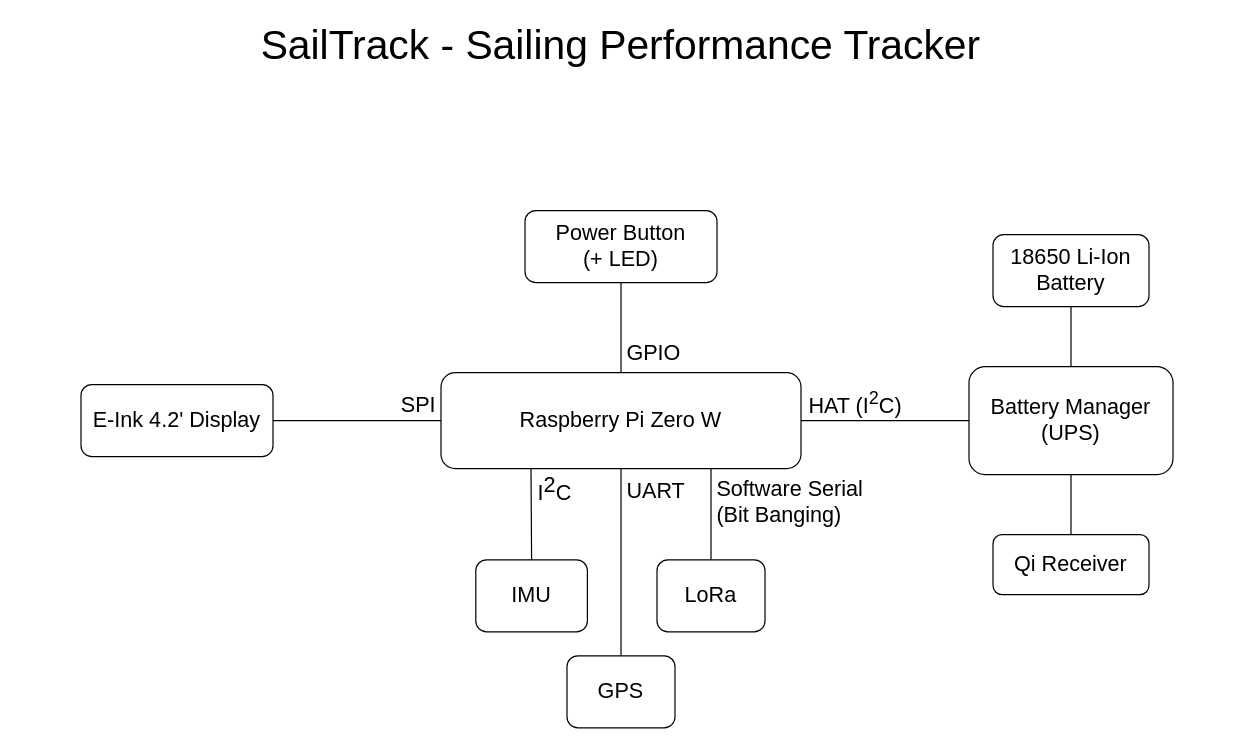
This is page "Block Scheme" (1 of 2) of schematics/sailtrack.drawio from metis-vela-unipd/telemetry-documentation, a draw.io file, before an edit. Source tidied: cells renumbered, new cells numbered last; positions are measured from the earlier drawing's top-left corner, leaving out a move shared by most shapes. Both pictures are drawn from the tidied source at 120%, with x=0, y=0 at pixel (20, 20).
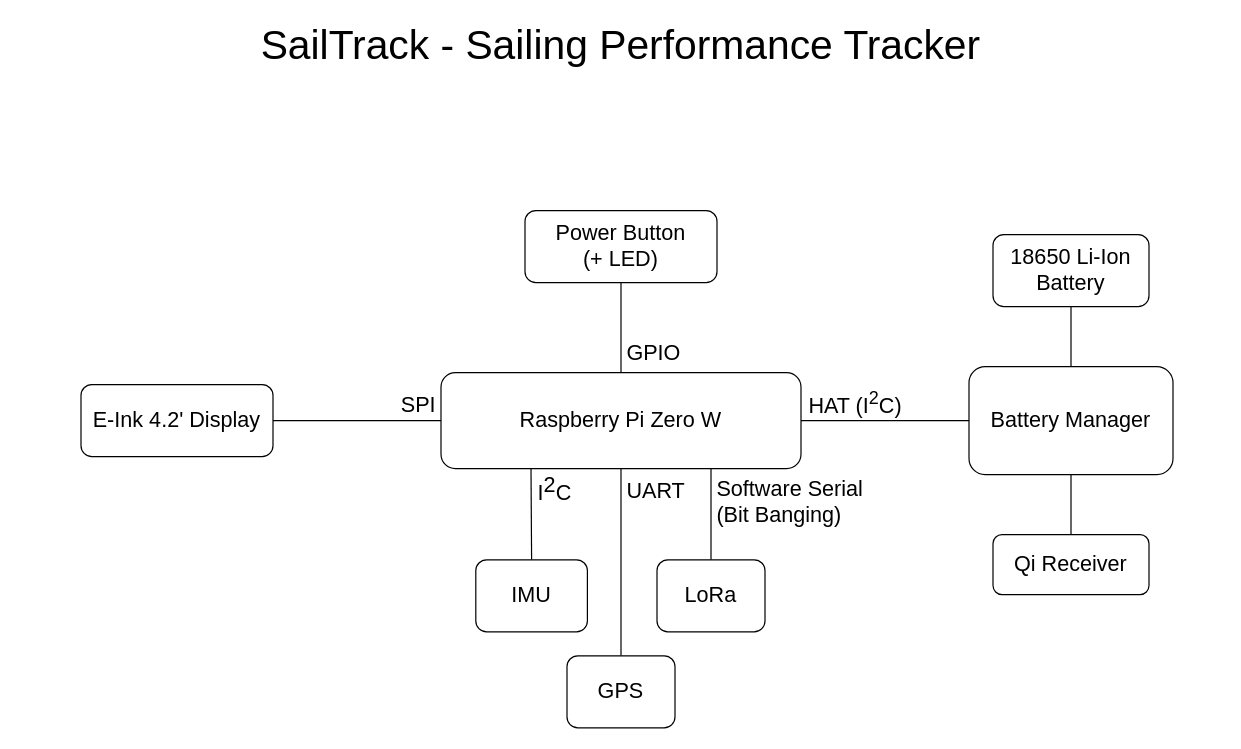
The same diagram, later.

Diff of the diagram source:
```diff
@@
-    <mxCell id="26" value="&lt;font style=&quot;font-size: 18px&quot;&gt;Battery Manager (UPS)&lt;br&gt;&lt;/font&gt;" style="rounded=1;whiteSpace=wrap;html=1;fontFamily=Helvetica;fontSize=18;align=center;" parent="1" vertex="1">
+    <mxCell id="26" value="&lt;font style=&quot;font-size: 18px&quot;&gt;Battery Manager&lt;br&gt;&lt;/font&gt;" style="rounded=1;whiteSpace=wrap;html=1;fontFamily=Helvetica;fontSize=18;align=center;" parent="1" vertex="1">
       <mxGeometry x="790" y="288" width="170" height="90" as="geometry" />
     </mxCell>
```
